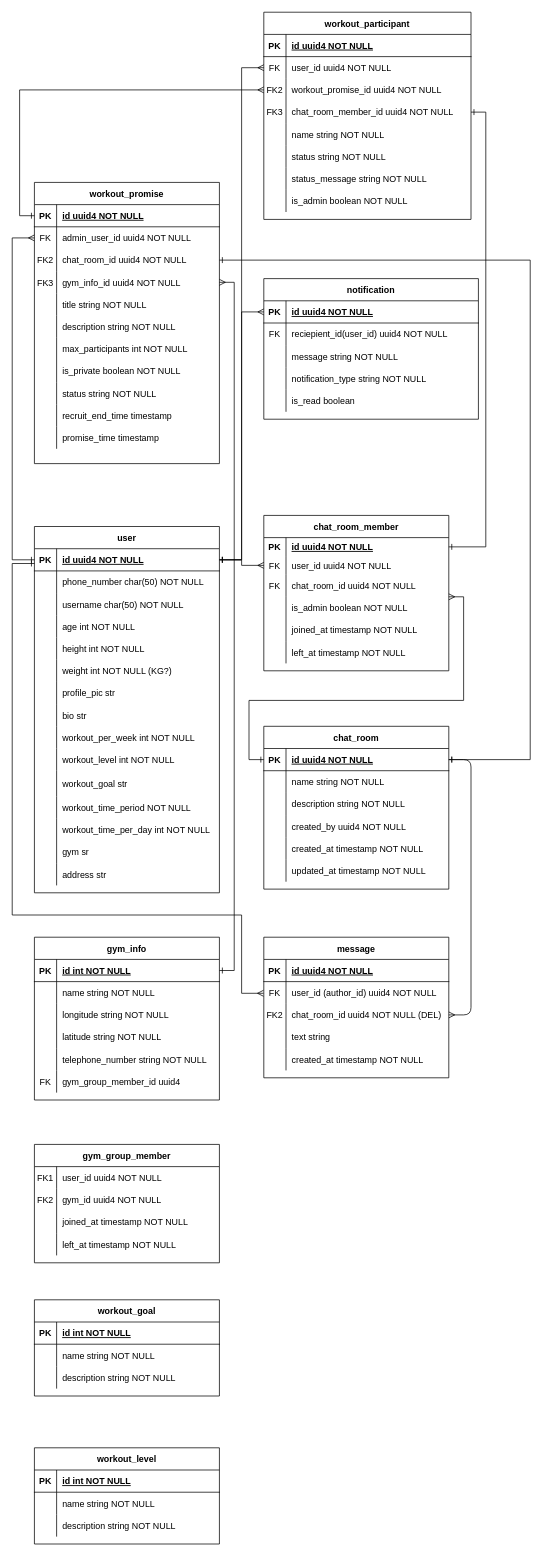
Earlier version of the draw.io diagram WeGoGym/WeGoGym-DB.drawio (ColaboAI/Diagrams). Source tidied: cells renumbered, new cells numbered last; positions are measured from the earlier drawing's top-left corner, leaving out a move shared by most shapes. Both pictures are drawn from the tidied source at 74%, with x=0, y=0 at pixel (12, 12).
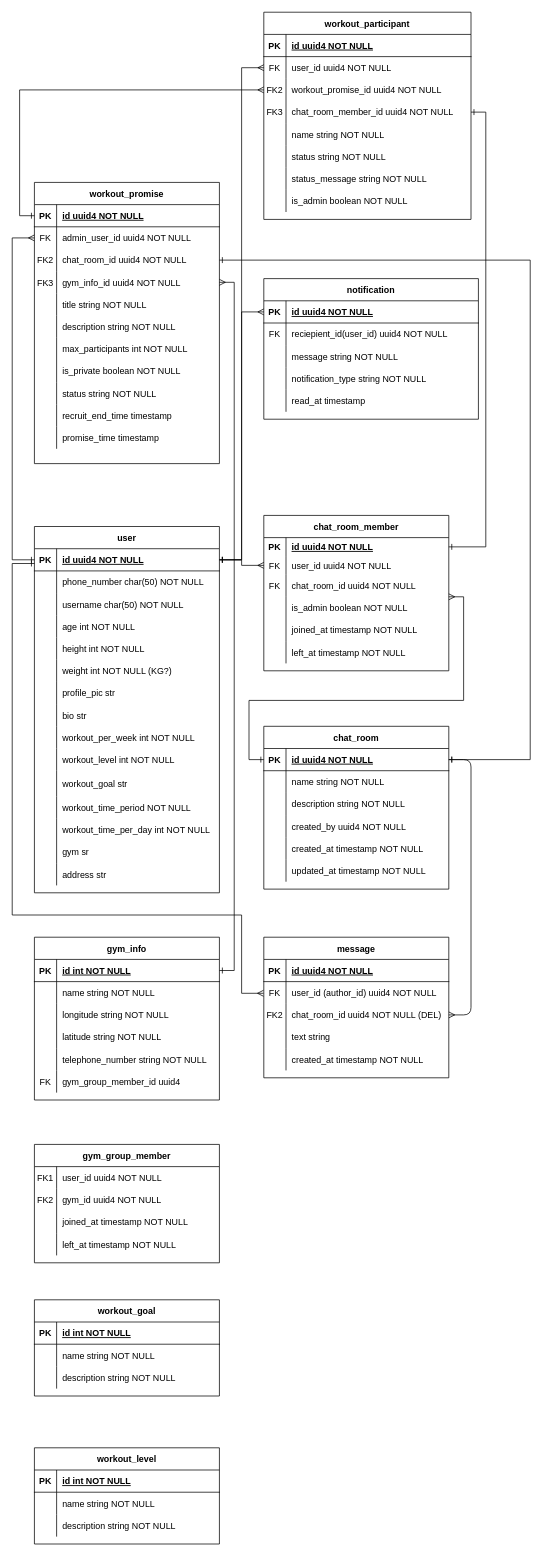
The same page after the edit.

Unchanged cells that the change refers to:
```xml
<mxCell id="204" style="shape=partialRectangle;fillColor=none;top=0;left=0;right=0;bottom=0;" parent="191" vertex="1">
  <mxGeometry y="150" width="290" height="30" as="geometry" />
</mxCell>
```

Change to the diagram source:
```diff
@@
-    <mxCell id="206" value="is_read boolean" style="shape=partialRectangle;overflow=hidden;fillColor=none;top=0;left=0;bottom=0;right=0;align=left;spacingLeft=6;" parent="204" vertex="1">
+    <mxCell id="206" value="read_at timestamp " style="shape=partialRectangle;overflow=hidden;fillColor=none;top=0;left=0;bottom=0;right=0;align=left;spacingLeft=6;" parent="204" vertex="1">
       <mxGeometry x="30" width="260" height="30" as="geometry" />
     </mxCell>
```
